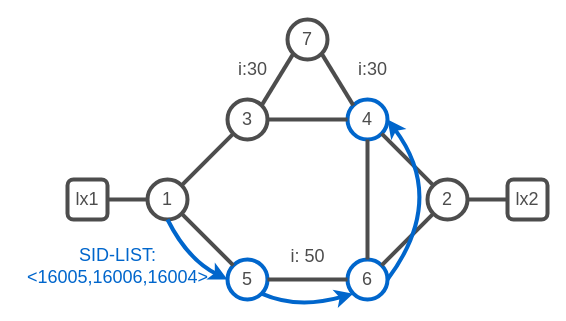
Above: page "3" (3 of 14) of images/lab-topologies.drawio in IntuitiveSoft-net/sr-lab (draw.io), before the change. Source tidied: cells renumbered, new cells numbered last; positions are measured from the earlier drawing's top-left corner, leaving out a move shared by most shapes. Both pictures are drawn from the tidied source at 100%, with x=0, y=0 at pixel (17, 19).
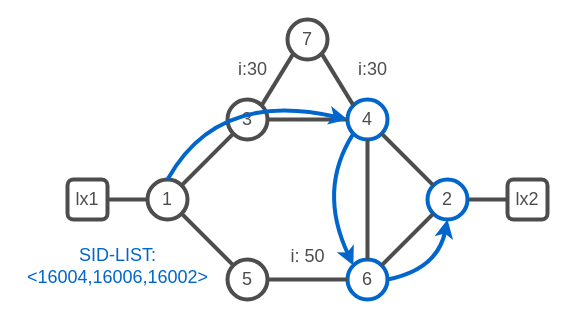
The same page after the edit.

Unchanged cells that the change refers to:
```xml
<mxCell id="3" value="&lt;font color=&quot;#4d4d4d&quot; style=&quot;font-size: 18px;&quot;&gt;1&lt;/font&gt;" style="ellipse;whiteSpace=wrap;html=1;strokeWidth=4;shadow=0;gradientColor=default;fillColor=none;strokeColor=#4D4D4D;" parent="1" vertex="1">
  <mxGeometry x="130" y="160" width="40" height="40" as="geometry" />
</mxCell>
<mxCell id="6" value="&lt;font color=&quot;#4d4d4d&quot; style=&quot;font-size: 18px;&quot;&gt;4&lt;/font&gt;" style="ellipse;whiteSpace=wrap;html=1;strokeWidth=4;shadow=0;gradientColor=default;fillColor=none;strokeColor=#0066CC;" parent="1" vertex="1">
  <mxGeometry x="330" y="80" width="40" height="40" as="geometry" />
</mxCell>
<mxCell id="8" value="&lt;font color=&quot;#4d4d4d&quot; style=&quot;font-size: 18px;&quot;&gt;6&lt;/font&gt;" style="ellipse;whiteSpace=wrap;html=1;strokeWidth=4;shadow=0;gradientColor=default;fillColor=none;strokeColor=#0066CC;" parent="1" vertex="1">
  <mxGeometry x="330" y="240" width="40" height="40" as="geometry" />
</mxCell>
```

What changed in the source:
```diff
@@
-    <mxCell id="7" value="&lt;font color=&quot;#4d4d4d&quot; style=&quot;font-size: 18px;&quot;&gt;5&lt;/font&gt;" style="ellipse;whiteSpace=wrap;html=1;strokeWidth=4;shadow=0;gradientColor=default;fillColor=none;strokeColor=#0066CC;" parent="1" vertex="1">
+    <mxCell id="7" value="&lt;font color=&quot;#4d4d4d&quot; style=&quot;font-size: 18px;&quot;&gt;5&lt;/font&gt;" style="ellipse;whiteSpace=wrap;html=1;strokeWidth=4;shadow=0;gradientColor=default;fillColor=none;strokeColor=#4D4D4D;" parent="1" vertex="1">
       <mxGeometry x="210" y="240" width="40" height="40" as="geometry" />
     </mxCell>
@@
-    <mxCell id="10" value="&lt;font color=&quot;#4d4d4d&quot; style=&quot;font-size: 18px;&quot;&gt;2&lt;/font&gt;" style="ellipse;whiteSpace=wrap;html=1;strokeWidth=4;shadow=0;gradientColor=default;fillColor=none;strokeColor=#4D4D4D;" parent="1" vertex="1">
+    <mxCell id="10" value="&lt;font color=&quot;#4d4d4d&quot; style=&quot;font-size: 18px;&quot;&gt;2&lt;/font&gt;" style="ellipse;whiteSpace=wrap;html=1;strokeWidth=4;shadow=0;gradientColor=default;fillColor=none;strokeColor=#0066CC;" parent="1" vertex="1">
       <mxGeometry x="410" y="160" width="40" height="40" as="geometry" />
     </mxCell>
@@
-    <mxCell id="22" style="endArrow=classic;html=1;rounded=0;strokeColor=#0066CC;strokeWidth=4;fontSize=18;fontColor=#4D4D4D;curved=1;entryX=1;entryY=0.5;entryDx=0;entryDy=0;exitX=1;exitY=0.5;exitDx=0;exitDy=0;" parent="1" edge="1" source="8" target="6">
-      <mxGeometry relative="1" as="geometry">
-        <Array as="points">
-          <mxPoint x="430" y="180" />
-        </Array>
-      </mxGeometry>
-    </mxCell>
-    <mxCell id="23" style="endArrow=classic;html=1;rounded=0;strokeColor=#0066CC;strokeWidth=4;fontSize=18;fontColor=#4D4D4D;curved=1;exitX=0.5;exitY=1;exitDx=0;exitDy=0;entryX=0;entryY=0.5;entryDx=0;entryDy=0;" parent="1" edge="1" source="3" target="7">
+    <mxCell id="23" style="endArrow=classic;html=1;rounded=0;strokeColor=#0066CC;strokeWidth=4;fontSize=18;fontColor=#4D4D4D;curved=1;exitX=0.5;exitY=0;exitDx=0;exitDy=0;entryX=0;entryY=0.5;entryDx=0;entryDy=0;" parent="1" edge="1" source="3" target="6">
       <mxGeometry relative="1" as="geometry">
         <Array as="points">
-          <mxPoint x="170" y="240" />
+          <mxPoint x="200" y="70" />
         </Array>
       </mxGeometry>
     </mxCell>
-    <mxCell id="24" value="&lt;font color=&quot;#0066cc&quot;&gt;SID-LIST: &lt;br&gt;&amp;lt;16005,16006,16004&amp;gt;&lt;/font&gt;" style="text;html=1;align=center;verticalAlign=middle;strokeColor=none;fillColor=none;fontSize=18;fontColor=#4D4D4D;" parent="1" vertex="1">
+    <mxCell id="24" value="&lt;font color=&quot;#0066cc&quot;&gt;SID-LIST: &lt;br&gt;&amp;lt;16004,16006,16002&amp;gt;&lt;/font&gt;" style="text;html=1;align=center;verticalAlign=middle;strokeColor=none;fillColor=none;fontSize=18;fontColor=#4D4D4D;" parent="1" vertex="1">
       <mxGeometry y="217" width="200" height="60" as="geometry" />
     </mxCell>
@@
-    <mxCell id="28" style="endArrow=classic;html=1;rounded=0;strokeColor=#0066CC;strokeWidth=4;fontSize=18;fontColor=#4D4D4D;curved=1;entryX=0;entryY=1;entryDx=0;entryDy=0;exitX=1;exitY=1;exitDx=0;exitDy=0;" parent="1" edge="1" source="7" target="8">
+    <mxCell id="28" style="endArrow=classic;html=1;rounded=0;strokeColor=#0066CC;strokeWidth=4;fontSize=18;fontColor=#4D4D4D;curved=1;entryX=0;entryY=0;entryDx=0;entryDy=0;exitX=0;exitY=1;exitDx=0;exitDy=0;" parent="1" edge="1" source="6" target="8">
       <mxGeometry relative="1" as="geometry">
         <Array as="points">
-          <mxPoint x="280" y="290" />
+          <mxPoint x="300" y="170" />
         </Array>
       </mxGeometry>
     </mxCell>
+    <mxCell id="29" style="endArrow=classic;html=1;rounded=0;strokeColor=#0066CC;strokeWidth=4;fontSize=18;fontColor=#4D4D4D;curved=1;entryX=0.5;entryY=1;entryDx=0;entryDy=0;exitX=1;exitY=0.5;exitDx=0;exitDy=0;" parent="1" edge="1" source="8" target="10">
+      <mxGeometry relative="1" as="geometry">
+        <Array as="points">
+          <mxPoint x="420" y="250" />
+        </Array>
+      </mxGeometry>
+    </mxCell>
```
